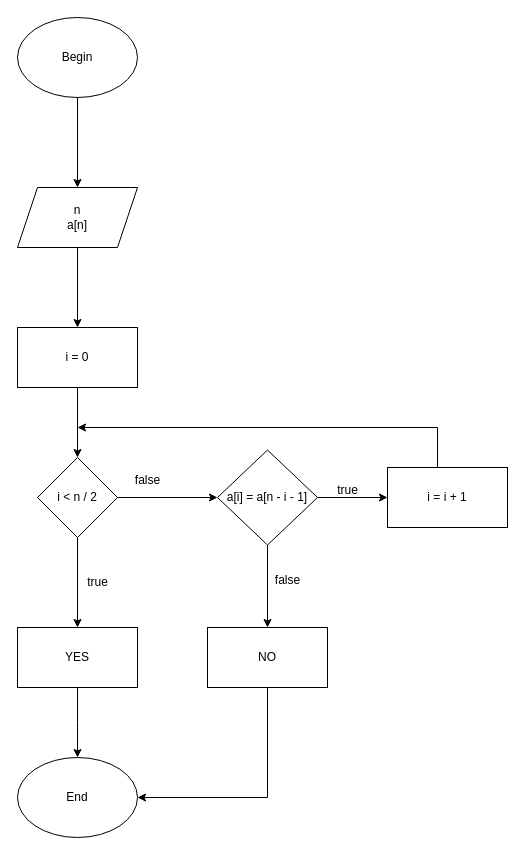
Above: self/classwork/buoi1/btvn/bai3/bai3.drawio in vucongtuanduong/dsa-codeptit (draw.io), before the change. Source tidied: cells renumbered, new cells numbered last; positions are measured from the earlier drawing's top-left corner, leaving out a move shared by most shapes. Both pictures are drawn from the tidied source at 100%, with x=0, y=0 at pixel (17, 17).
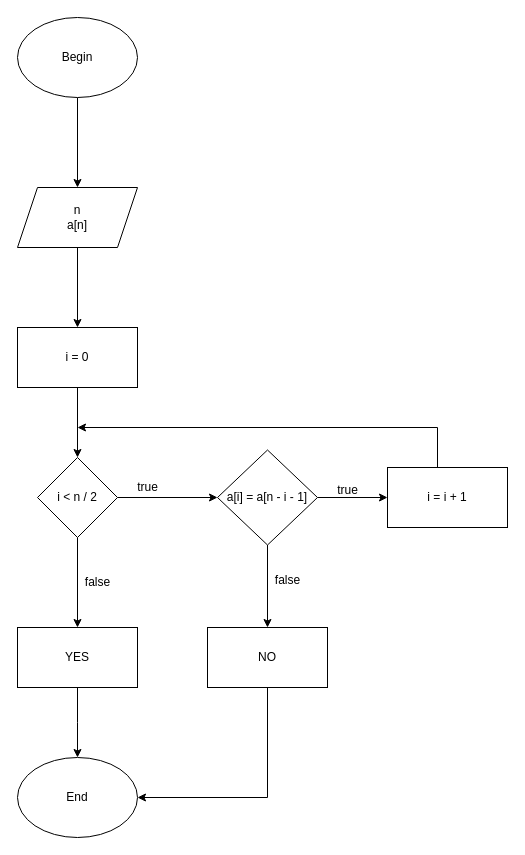
The same diagram, later.

What changed in the source:
```diff
@@
-    <mxCell id="17" value="false" style="text;html=1;align=center;verticalAlign=middle;strokeColor=none;fillColor=none;" parent="1" vertex="1">
-      <mxGeometry x="105" y="448" width="50" height="30" as="geometry" />
+    <mxCell id="17" value="true" style="text;html=1;align=center;verticalAlign=middle;strokeColor=none;fillColor=none;" parent="1" vertex="1">
+      <mxGeometry x="110" y="455" width="40" height="30" as="geometry" />
     </mxCell>
-    <mxCell id="18" value="true" style="text;html=1;align=center;verticalAlign=middle;strokeColor=none;fillColor=none;" parent="1" vertex="1">
-      <mxGeometry x="60" y="550" width="40" height="30" as="geometry" />
+    <mxCell id="18" value="false" style="text;html=1;align=center;verticalAlign=middle;strokeColor=none;fillColor=none;" parent="1" vertex="1">
+      <mxGeometry x="55" y="550" width="50" height="30" as="geometry" />
     </mxCell>
```
